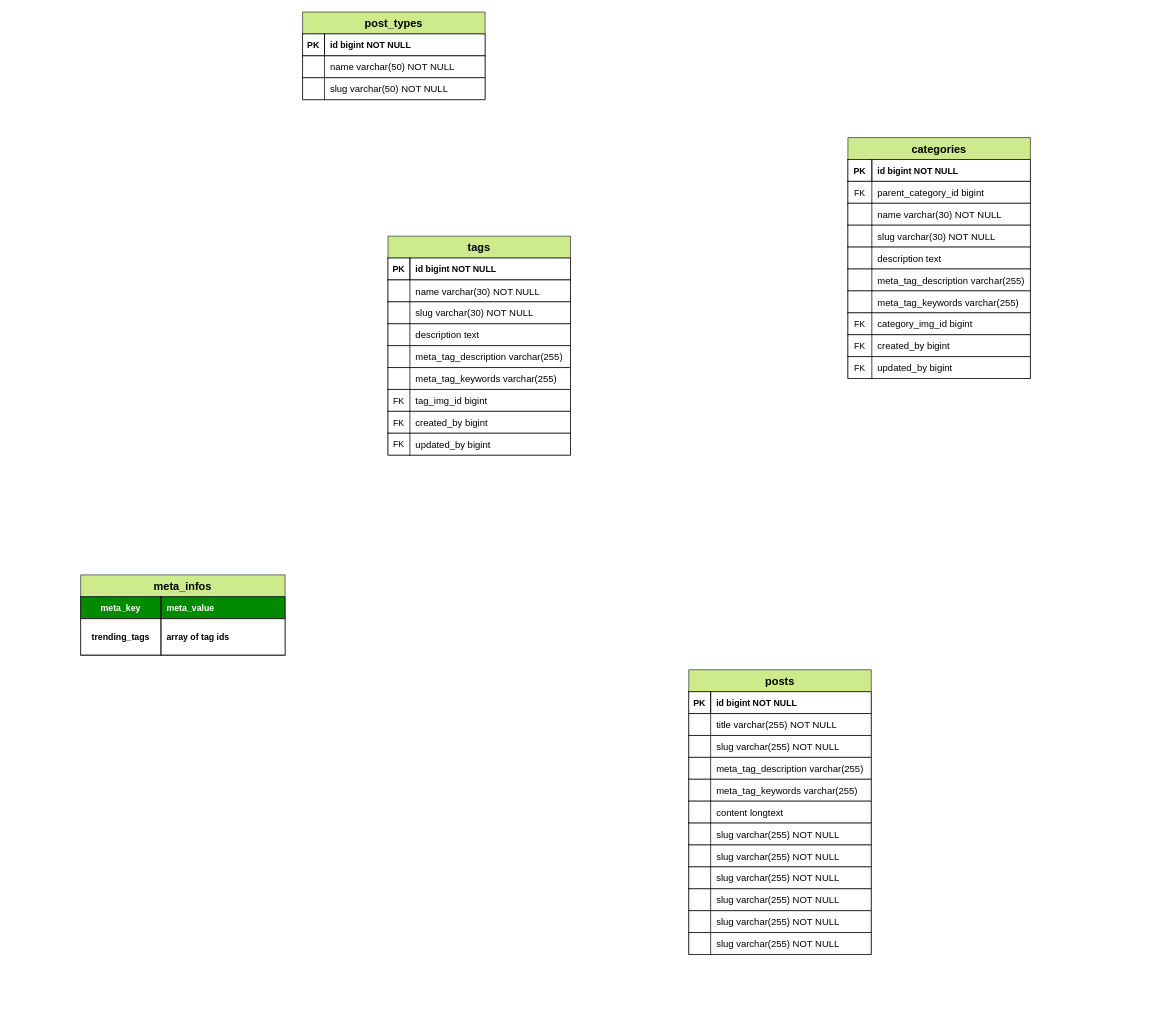
Earlier version of the draw.io diagram dbschema/ninenews.drawio (efthakhar/ninenews). Source tidied: cells renumbered, new cells numbered last; positions are measured from the earlier drawing's top-left corner, leaving out a move shared by most shapes. Both pictures are drawn from the tidied source at 73%, with x=0, y=0 at pixel (80, 12).
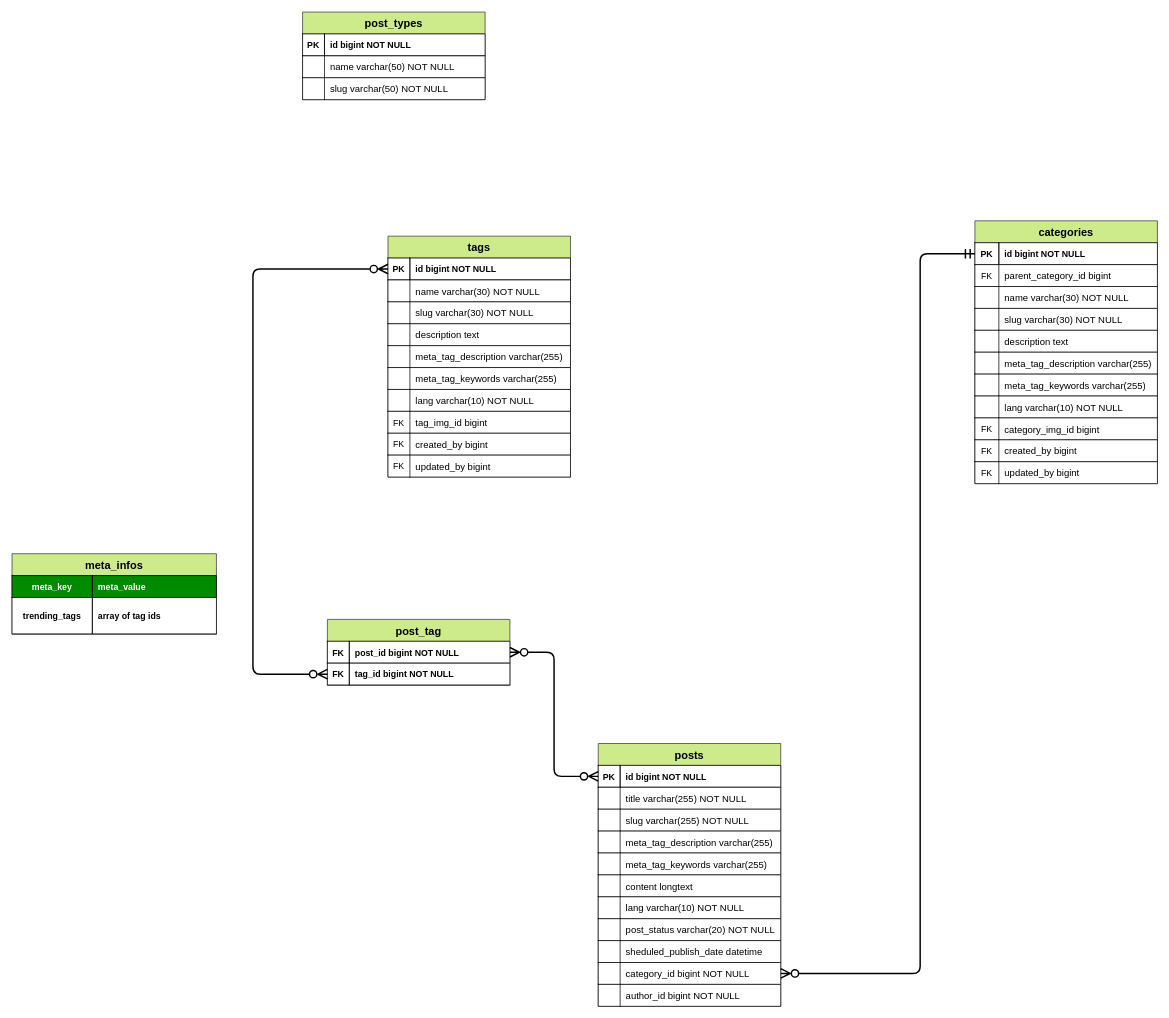
After the change.

Commit message (it also covers changes not shown here):
Add post table to bd design

Unchanged cells that the change refers to:
```xml
<mxCell id="13" style="shape=partialRectangle;fillColor=#FFFFFF;points=[[0,0.5],[1,0.5]];portConstraint=eastwest;top=0;left=0;right=0;bottom=1;strokeColor=#666666;labelBackgroundColor=none;noLabel=1;fontColor=#333333;fontFamily=Helvetica;rounded=0;" parent="12" vertex="1">
  <mxGeometry y="30" width="250" height="30" as="geometry" />
</mxCell>
<mxCell id="48" style="shape=partialRectangle;fillColor=#FFFFFF;points=[[0,0.5],[1,0.5]];portConstraint=eastwest;top=0;left=0;right=0;bottom=1;strokeColor=#666666;labelBackgroundColor=none;noLabel=1;fontColor=#333333;fontFamily=Helvetica;rounded=0;" parent="47" vertex="1">
  <mxGeometry y="30" width="250" height="30" as="geometry" />
</mxCell>
<mxCell id="79" style="shape=partialRectangle;fillColor=#FFFFFF;points=[[0,0.5],[1,0.5]];portConstraint=eastwest;top=0;left=0;right=0;bottom=1;strokeColor=#666666;labelBackgroundColor=none;noLabel=1;fontColor=#333333;fontFamily=Helvetica;rounded=0;" parent="78" vertex="1">
  <mxGeometry y="30" width="250" height="30" as="geometry" />
</mxCell>
<mxCell id="97" style="shape=partialRectangle;fillColor=#FFFFFF;top=1;left=1;right=1;bottom=1;labelBorderColor=#000000;strokeColor=#000000;labelBackgroundColor=none;fontFamily=Helvetica;rounded=0;" parent="78" vertex="1">
  <mxGeometry y="210" width="250" height="30" as="geometry" />
</mxCell>
```

Diff of the diagram source:
```diff
@@
     <mxCell id="12" value="tags" style="shape=table;startSize=30;childLayout=tableLayout;rowLines=0;fontStyle=1;align=center;strokeColor=#36393d;fillColor=#cdeb8b;fontColor=#000000;fontSize=15;labelBackgroundColor=none;labelBorderColor=none;fontFamily=Helvetica;rounded=0;" parent="1" vertex="1">
-      <mxGeometry x="421" y="307" width="250" height="300" as="geometry" />
+      <mxGeometry x="421" y="307" width="250" height="330" as="geometry" />
     </mxCell>
@@
+    <mxCell id="115" style="shape=partialRectangle;fillColor=#FFFFFF;top=1;left=1;right=1;bottom=1;labelBorderColor=#000000;strokeColor=#000000;labelBackgroundColor=none;fontFamily=Helvetica;rounded=0;" parent="12" vertex="1">
+      <mxGeometry y="210" width="250" height="30" as="geometry" />
+    </mxCell>
+    <mxCell id="116" style="shape=partialRectangle;overflow=hidden;fillColor=none;top=0;left=0;bottom=0;right=0;fontFamily=Helvetica;rounded=0;" parent="115" vertex="1">
+      <mxGeometry width="30" height="30" as="geometry" />
+    </mxCell>
+    <mxCell id="117" value="lang varchar(10) NOT NULL " style="shape=partialRectangle;overflow=hidden;fillColor=none;top=0;left=1;bottom=0;right=0;align=left;spacingLeft=6;fontColor=#000000;strokeColor=#000000;fontSize=13;fontFamily=Helvetica;rounded=0;" parent="115" vertex="1">
+      <mxGeometry x="30" width="220" height="30" as="geometry" />
+    </mxCell>
     <mxCell id="31" style="shape=partialRectangle;fillColor=#FFFFFF;top=1;left=1;right=1;bottom=1;labelBorderColor=#000000;strokeColor=#000000;labelBackgroundColor=none;fontFamily=Helvetica;rounded=0;" parent="12" vertex="1">
-      <mxGeometry y="210" width="250" height="30" as="geometry" />
+      <mxGeometry y="240" width="250" height="30" as="geometry" />
     </mxCell>
@@
     <mxCell id="34" style="shape=partialRectangle;fillColor=#FFFFFF;top=1;left=1;right=1;bottom=1;labelBorderColor=#000000;strokeColor=#000000;labelBackgroundColor=none;fontFamily=Helvetica;rounded=0;" parent="12" vertex="1">
-      <mxGeometry y="240" width="250" height="30" as="geometry" />
+      <mxGeometry y="270" width="250" height="30" as="geometry" />
     </mxCell>
@@
     <mxCell id="37" style="shape=partialRectangle;fillColor=#FFFFFF;top=1;left=1;right=1;bottom=1;labelBorderColor=#000000;strokeColor=#000000;labelBackgroundColor=none;fontFamily=Helvetica;rounded=0;" parent="12" vertex="1">
-      <mxGeometry y="270" width="250" height="30" as="geometry" />
+      <mxGeometry y="300" width="250" height="30" as="geometry" />
     </mxCell>
@@
     <mxCell id="40" value="meta_infos" style="shape=table;startSize=30;childLayout=tableLayout;rowLines=0;fontStyle=1;align=center;strokeColor=#36393d;fillColor=#cdeb8b;fontColor=#000000;fontSize=15;labelBackgroundColor=none;labelBorderColor=none;fontFamily=Helvetica;rounded=0;" parent="1" vertex="1">
-      <mxGeometry y="771" width="280" height="110" as="geometry" />
+      <mxGeometry x="-94" y="742" width="280" height="110" as="geometry" />
     </mxCell>
@@
     <mxCell id="47" value="categories" style="shape=table;startSize=30;childLayout=tableLayout;rowLines=0;fontStyle=1;align=center;strokeColor=#36393d;fillColor=#cdeb8b;fontColor=#000000;fontSize=15;labelBackgroundColor=none;labelBorderColor=none;fontFamily=Helvetica;rounded=0;" parent="1" vertex="1">
-      <mxGeometry x="1051" y="172" width="250" height="330" as="geometry" />
+      <mxGeometry x="1225" y="286" width="250" height="360" as="geometry" />
     </mxCell>
@@
+    <mxCell id="118" style="shape=partialRectangle;fillColor=#FFFFFF;top=1;left=1;right=1;bottom=1;labelBorderColor=#000000;strokeColor=#000000;labelBackgroundColor=none;fontFamily=Helvetica;rounded=0;" parent="47" vertex="1">
+      <mxGeometry y="210" width="250" height="30" as="geometry" />
+    </mxCell>
+    <mxCell id="119" style="shape=partialRectangle;overflow=hidden;fillColor=none;top=0;left=0;bottom=0;right=0;fontFamily=Helvetica;rounded=0;" parent="118" vertex="1">
+      <mxGeometry width="32.8" height="30" as="geometry" />
+    </mxCell>
+    <mxCell id="120" value="meta_tag_keywords varchar(255) " style="shape=partialRectangle;overflow=hidden;fillColor=none;top=0;left=1;bottom=0;right=0;align=left;spacingLeft=6;fontColor=#000000;strokeColor=#000000;fontSize=13;fontFamily=Helvetica;rounded=0;" parent="118" vertex="1">
+      <mxGeometry x="32.8" width="217.2" height="30" as="geometry" />
+    </mxCell>
     <mxCell id="66" style="shape=partialRectangle;fillColor=#FFFFFF;top=1;left=1;right=1;bottom=1;labelBorderColor=#000000;strokeColor=#000000;labelBackgroundColor=none;fontFamily=Helvetica;rounded=0;" parent="47" vertex="1">
-      <mxGeometry y="210" width="250" height="30" as="geometry" />
+      <mxGeometry y="240" width="250" height="30" as="geometry" />
     </mxCell>
@@
-    <mxCell id="68" value="meta_tag_keywords varchar(255) " style="shape=partialRectangle;overflow=hidden;fillColor=none;top=0;left=1;bottom=0;right=0;align=left;spacingLeft=6;fontColor=#000000;strokeColor=#000000;fontSize=13;fontFamily=Helvetica;rounded=0;" parent="66" vertex="1">
+    <mxCell id="68" value="lang varchar(10) NOT NULL" style="shape=partialRectangle;overflow=hidden;fillColor=none;top=0;left=1;bottom=0;right=0;align=left;spacingLeft=6;fontColor=#000000;strokeColor=#000000;fontSize=13;fontFamily=Helvetica;rounded=0;" parent="66" vertex="1">
       <mxGeometry x="32.8" width="217.2" height="30" as="geometry" />
     </mxCell>
     <mxCell id="69" style="shape=partialRectangle;fillColor=#FFFFFF;top=1;left=1;right=1;bottom=1;labelBorderColor=#000000;strokeColor=#000000;labelBackgroundColor=none;fontFamily=Helvetica;rounded=0;" parent="47" vertex="1">
-      <mxGeometry y="240" width="250" height="30" as="geometry" />
+      <mxGeometry y="270" width="250" height="30" as="geometry" />
     </mxCell>
@@
     <mxCell id="72" style="shape=partialRectangle;fillColor=#FFFFFF;top=1;left=1;right=1;bottom=1;labelBorderColor=#000000;strokeColor=#000000;labelBackgroundColor=none;fontFamily=Helvetica;rounded=0;" parent="47" vertex="1">
-      <mxGeometry y="270" width="250" height="30" as="geometry" />
+      <mxGeometry y="300" width="250" height="30" as="geometry" />
     </mxCell>
@@
     <mxCell id="75" style="shape=partialRectangle;fillColor=#FFFFFF;top=1;left=1;right=1;bottom=1;labelBorderColor=#000000;strokeColor=#000000;labelBackgroundColor=none;fontFamily=Helvetica;rounded=0;" parent="47" vertex="1">
-      <mxGeometry y="300" width="250" height="30" as="geometry" />
+      <mxGeometry y="330" width="250" height="30" as="geometry" />
     </mxCell>
@@
     <mxCell id="78" value="posts" style="shape=table;startSize=30;childLayout=tableLayout;rowLines=0;fontStyle=1;align=center;strokeColor=#36393d;fillColor=#cdeb8b;fontColor=#000000;fontSize=15;labelBackgroundColor=none;labelBorderColor=none;fontFamily=Helvetica;rounded=0;" parent="1" vertex="1">
-      <mxGeometry x="833" y="901" width="250" height="390" as="geometry" />
+      <mxGeometry x="709" y="1002" width="250" height="360" as="geometry" />
     </mxCell>
@@
-    <mxCell id="99" value="slug varchar(255) NOT NULL" style="shape=partialRectangle;overflow=hidden;fillColor=none;top=0;left=1;bottom=0;right=0;align=left;spacingLeft=6;fontColor=#000000;strokeColor=#000000;fontSize=13;fontFamily=Helvetica;rounded=0;" parent="97" vertex="1">
+    <mxCell id="99" value="lang varchar(10) NOT NULL" style="shape=partialRectangle;overflow=hidden;fillColor=none;top=0;left=1;bottom=0;right=0;align=left;spacingLeft=6;fontColor=#000000;strokeColor=#000000;fontSize=13;fontFamily=Helvetica;rounded=0;" parent="97" vertex="1">
       <mxGeometry x="30" width="220" height="30" as="geometry" />
     </mxCell>
-    <mxCell id="100" style="shape=partialRectangle;fillColor=#FFFFFF;top=1;left=1;right=1;bottom=1;labelBorderColor=#000000;strokeColor=#000000;labelBackgroundColor=none;fontFamily=Helvetica;rounded=0;" parent="78" vertex="1">
-      <mxGeometry y="240" width="250" height="30" as="geometry" />
-    </mxCell>
-    <mxCell id="101" style="shape=partialRectangle;overflow=hidden;fillColor=none;top=0;left=0;bottom=0;right=0;fontFamily=Helvetica;rounded=0;" parent="100" vertex="1">
-      <mxGeometry width="30" height="30" as="geometry" />
-    </mxCell>
-    <mxCell id="102" value="slug varchar(255) NOT NULL" style="shape=partialRectangle;overflow=hidden;fillColor=none;top=0;left=1;bottom=0;right=0;align=left;spacingLeft=6;fontColor=#000000;strokeColor=#000000;fontSize=13;fontFamily=Helvetica;rounded=0;" parent="100" vertex="1">
-      <mxGeometry x="30" width="220" height="30" as="geometry" />
-    </mxCell>
-    <mxCell id="103" style="shape=partialRectangle;fillColor=#FFFFFF;top=1;left=1;right=1;bottom=1;labelBorderColor=#000000;strokeColor=#000000;labelBackgroundColor=none;fontFamily=Helvetica;rounded=0;" parent="78" vertex="1">
-      <mxGeometry y="270" width="250" height="30" as="geometry" />
-    </mxCell>
-    <mxCell id="104" style="shape=partialRectangle;overflow=hidden;fillColor=none;top=0;left=0;bottom=0;right=0;fontFamily=Helvetica;rounded=0;" parent="103" vertex="1">
-      <mxGeometry width="30" height="30" as="geometry" />
-    </mxCell>
-    <mxCell id="105" value="slug varchar(255) NOT NULL" style="shape=partialRectangle;overflow=hidden;fillColor=none;top=0;left=1;bottom=0;right=0;align=left;spacingLeft=6;fontColor=#000000;strokeColor=#000000;fontSize=13;fontFamily=Helvetica;rounded=0;" parent="103" vertex="1">
-      <mxGeometry x="30" width="220" height="30" as="geometry" />
-    </mxCell>
+    <mxCell id="109" style="shape=partialRectangle;fillColor=#FFFFFF;top=1;left=1;right=1;bottom=1;labelBorderColor=#000000;strokeColor=#000000;labelBackgroundColor=none;fontFamily=Helvetica;rounded=0;" parent="78" vertex="1">
+      <mxGeometry y="240" width="250" height="30" as="geometry" />
+    </mxCell>
+    <mxCell id="110" style="shape=partialRectangle;overflow=hidden;fillColor=none;top=0;left=0;bottom=0;right=0;fontFamily=Helvetica;rounded=0;" parent="109" vertex="1">
+      <mxGeometry width="30" height="30" as="geometry" />
+    </mxCell>
+    <mxCell id="111" value="post_status varchar(20) NOT NULL" style="shape=partialRectangle;overflow=hidden;fillColor=none;top=0;left=1;bottom=0;right=0;align=left;spacingLeft=6;fontColor=#000000;strokeColor=#000000;fontSize=13;fontFamily=Helvetica;rounded=0;" parent="109" vertex="1">
+      <mxGeometry x="30" width="220" height="30" as="geometry" />
+    </mxCell>
     <mxCell id="106" style="shape=partialRectangle;fillColor=#FFFFFF;top=1;left=1;right=1;bottom=1;labelBorderColor=#000000;strokeColor=#000000;labelBackgroundColor=none;fontFamily=Helvetica;rounded=0;" parent="78" vertex="1">
-      <mxGeometry y="300" width="250" height="30" as="geometry" />
+      <mxGeometry y="270" width="250" height="30" as="geometry" />
     </mxCell>
@@
-    <mxCell id="108" value="slug varchar(255) NOT NULL" style="shape=partialRectangle;overflow=hidden;fillColor=none;top=0;left=1;bottom=0;right=0;align=left;spacingLeft=6;fontColor=#000000;strokeColor=#000000;fontSize=13;fontFamily=Helvetica;rounded=0;" parent="106" vertex="1">
+    <mxCell id="108" value="sheduled_publish_date datetime" style="shape=partialRectangle;overflow=hidden;fillColor=none;top=0;left=1;bottom=0;right=0;align=left;spacingLeft=6;fontColor=#000000;strokeColor=#000000;fontSize=13;fontFamily=Helvetica;rounded=0;" parent="106" vertex="1">
       <mxGeometry x="30" width="220" height="30" as="geometry" />
     </mxCell>
-    <mxCell id="109" style="shape=partialRectangle;fillColor=#FFFFFF;top=1;left=1;right=1;bottom=1;labelBorderColor=#000000;strokeColor=#000000;labelBackgroundColor=none;fontFamily=Helvetica;rounded=0;" parent="78" vertex="1">
-      <mxGeometry y="330" width="250" height="30" as="geometry" />
-    </mxCell>
-    <mxCell id="110" style="shape=partialRectangle;overflow=hidden;fillColor=none;top=0;left=0;bottom=0;right=0;fontFamily=Helvetica;rounded=0;" parent="109" vertex="1">
-      <mxGeometry width="30" height="30" as="geometry" />
-    </mxCell>
-    <mxCell id="111" value="slug varchar(255) NOT NULL" style="shape=partialRectangle;overflow=hidden;fillColor=none;top=0;left=1;bottom=0;right=0;align=left;spacingLeft=6;fontColor=#000000;strokeColor=#000000;fontSize=13;fontFamily=Helvetica;rounded=0;" parent="109" vertex="1">
-      <mxGeometry x="30" width="220" height="30" as="geometry" />
-    </mxCell>
     <mxCell id="112" style="shape=partialRectangle;fillColor=#FFFFFF;points=[[0,0.5],[1,0.5]];portConstraint=eastwest;top=1;left=1;right=1;bottom=1;labelBorderColor=#000000;strokeColor=#000000;labelBackgroundColor=none;fontFamily=Helvetica;rounded=0;" parent="78" vertex="1">
-      <mxGeometry y="360" width="250" height="30" as="geometry" />
+      <mxGeometry y="300" width="250" height="30" as="geometry" />
     </mxCell>
@@
-    <mxCell id="114" value="slug varchar(255) NOT NULL" style="shape=partialRectangle;overflow=hidden;fillColor=none;top=0;left=1;bottom=0;right=0;align=left;spacingLeft=6;fontColor=#000000;strokeColor=#000000;fontSize=13;fontFamily=Helvetica;rounded=0;" parent="112" vertex="1">
+    <mxCell id="114" value="category_id bigint NOT NULL" style="shape=partialRectangle;overflow=hidden;fillColor=none;top=0;left=1;bottom=0;right=0;align=left;spacingLeft=6;fontColor=#000000;strokeColor=#000000;fontSize=13;fontFamily=Helvetica;rounded=0;" parent="112" vertex="1">
       <mxGeometry x="30" width="220" height="30" as="geometry" />
     </mxCell>
+    <mxCell id="121" style="shape=partialRectangle;fillColor=#FFFFFF;top=1;left=1;right=1;bottom=1;labelBorderColor=#000000;strokeColor=#000000;labelBackgroundColor=none;fontFamily=Helvetica;rounded=0;" parent="78" vertex="1">
+      <mxGeometry y="330" width="250" height="30" as="geometry" />
+    </mxCell>
+    <mxCell id="122" style="shape=partialRectangle;overflow=hidden;fillColor=none;top=0;left=0;bottom=0;right=0;fontFamily=Helvetica;rounded=0;" parent="121" vertex="1">
+      <mxGeometry width="30" height="30" as="geometry" />
+    </mxCell>
+    <mxCell id="123" value="author_id bigint NOT NULL" style="shape=partialRectangle;overflow=hidden;fillColor=none;top=0;left=1;bottom=0;right=0;align=left;spacingLeft=6;fontColor=#000000;strokeColor=#000000;fontSize=13;fontFamily=Helvetica;rounded=0;" parent="121" vertex="1">
+      <mxGeometry x="30" width="220" height="30" as="geometry" />
+    </mxCell>
+    <mxCell id="124" value="post_tag" style="shape=table;startSize=30;childLayout=tableLayout;rowLines=0;fontStyle=1;align=center;strokeColor=#36393d;fillColor=#cdeb8b;fontColor=#000000;fontSize=15;labelBackgroundColor=none;labelBorderColor=none;fontFamily=Helvetica;rounded=0;" parent="1" vertex="1">
+      <mxGeometry x="338" y="832" width="250" height="90" as="geometry" />
+    </mxCell>
+    <mxCell id="125" style="shape=partialRectangle;fillColor=#FFFFFF;points=[[0,0.5],[1,0.5]];portConstraint=eastwest;top=0;left=0;right=0;bottom=1;strokeColor=#666666;labelBackgroundColor=none;noLabel=1;fontColor=#333333;fontFamily=Helvetica;rounded=0;" parent="124" vertex="1">
+      <mxGeometry y="30" width="250" height="30" as="geometry" />
+    </mxCell>
+    <mxCell id="126" value="FK" style="shape=partialRectangle;overflow=hidden;fillColor=none;top=1;left=1;bottom=1;right=1;fontStyle=1;fontColor=#000000;strokeColor=#000000;fontFamily=Helvetica;rounded=0;" parent="125" vertex="1">
+      <mxGeometry width="30" height="30" as="geometry" />
+    </mxCell>
+    <mxCell id="127" value="post_id bigint NOT NULL " style="shape=partialRectangle;overflow=hidden;fillColor=none;top=1;left=1;bottom=1;right=1;align=left;spacingLeft=6;fontStyle=1;fontColor=#000000;strokeColor=#000000;noLabel=0;fontFamily=Helvetica;rounded=0;" parent="125" vertex="1">
+      <mxGeometry x="30" width="220" height="30" as="geometry" />
+    </mxCell>
+    <mxCell id="128" style="shape=partialRectangle;fillColor=#FFFFFF;points=[[0,0.5],[1,0.5]];portConstraint=eastwest;top=0;left=0;right=0;bottom=1;strokeColor=#666666;labelBackgroundColor=none;noLabel=1;fontColor=#333333;fontFamily=Helvetica;rounded=0;" parent="124" vertex="1">
+      <mxGeometry y="60" width="250" height="30" as="geometry" />
+    </mxCell>
+    <mxCell id="129" value="FK" style="shape=partialRectangle;overflow=hidden;fillColor=none;top=1;left=1;bottom=1;right=1;fontStyle=1;fontColor=#000000;strokeColor=#000000;fontFamily=Helvetica;rounded=0;" parent="128" vertex="1">
+      <mxGeometry width="30" height="30" as="geometry" />
+    </mxCell>
+    <mxCell id="130" value="tag_id bigint NOT NULL " style="shape=partialRectangle;overflow=hidden;fillColor=none;top=1;left=1;bottom=1;right=1;align=left;spacingLeft=6;fontStyle=1;fontColor=#000000;strokeColor=#000000;noLabel=0;fontFamily=Helvetica;rounded=0;" parent="128" vertex="1">
+      <mxGeometry x="30" width="220" height="30" as="geometry" />
+    </mxCell>
+    <mxCell id="131" style="edgeStyle=orthogonalEdgeStyle;html=1;exitX=1;exitY=0.5;exitDx=0;exitDy=0;entryX=0;entryY=0.5;entryDx=0;entryDy=0;strokeColor=#000000;strokeWidth=2;endArrow=ERmandOne;endFill=0;endSize=10;startArrow=ERzeroToMany;startFill=0;startSize=10;" parent="1" edge="1" source="112" target="48">
+      <mxGeometry relative="1" as="geometry">
+        <Array as="points">
+          <mxPoint x="1150" y="1317" />
+          <mxPoint x="1150" y="331" />
+        </Array>
+      </mxGeometry>
+    </mxCell>
+    <mxCell id="132" style="edgeStyle=orthogonalEdgeStyle;html=1;exitX=0;exitY=0.5;exitDx=0;exitDy=0;entryX=1;entryY=0.5;entryDx=0;entryDy=0;strokeColor=#000000;strokeWidth=2;startArrow=ERzeroToMany;startFill=0;endArrow=ERzeroToMany;endFill=0;startSize=10;endSize=10;" parent="1" edge="1" source="79" target="125">
+      <mxGeometry relative="1" as="geometry" />
+    </mxCell>
+    <mxCell id="133" style="edgeStyle=orthogonalEdgeStyle;html=1;exitX=0;exitY=0.5;exitDx=0;exitDy=0;entryX=0;entryY=0.5;entryDx=0;entryDy=0;strokeColor=#000000;strokeWidth=2;startArrow=ERzeroToMany;startFill=0;endArrow=ERzeroToMany;endFill=0;startSize=10;endSize=10;" parent="1" edge="1" source="128" target="13">
+      <mxGeometry relative="1" as="geometry">
+        <Array as="points">
+          <mxPoint x="236" y="907" />
+          <mxPoint x="236" y="352" />
+        </Array>
+      </mxGeometry>
+    </mxCell>
```
